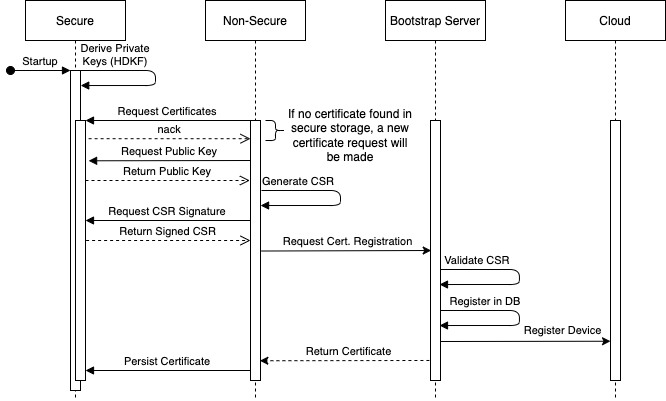
This is docs/arch-x509-reg.drawio.png from rajkan01/zephyr_secure_inference, a draw.io export, as it was before one commit. Source tidied: cells renumbered, new cells last; positions are measured from the earlier drawing's top-left corner, leaving out a move shared by most shapes. The source it was exported from:
```xml
<mxGraphModel>
  <root>
    <mxCell id="0" />
    <mxCell id="1" parent="0" />
    <mxCell id="2" value="Secure" style="shape=umlLifeline;perimeter=lifelinePerimeter;rounded=0;shadow=0;strokeWidth=1;" parent="1" vertex="1">
      <mxGeometry x="15" width="100" height="400" as="geometry" />
    </mxCell>
    <mxCell id="3" style="points=[];perimeter=orthogonalPerimeter;rounded=0;shadow=0;strokeWidth=1;" parent="2" vertex="1">
      <mxGeometry x="45" y="70" width="10" height="320" as="geometry" />
    </mxCell>
    <mxCell id="4" value="Startup" style="verticalAlign=bottom;startArrow=oval;endArrow=block;startSize=8;shadow=0;strokeWidth=1;" parent="2" edge="1" target="3">
      <mxGeometry relative="1" as="geometry">
        <mxPoint x="-15" y="70" as="sourcePoint" />
      </mxGeometry>
    </mxCell>
    <mxCell id="5" style="points=[];perimeter=orthogonalPerimeter;rounded=0;shadow=0;strokeWidth=1;" parent="2" vertex="1">
      <mxGeometry x="50" y="120" width="10" height="260" as="geometry" />
    </mxCell>
    <mxCell id="6" value="Derive Private&#10;Keys (HDKF)" style="verticalAlign=bottom;endArrow=block;shadow=0;strokeWidth=1;entryX=1.022;entryY=0.047;entryDx=0;entryDy=0;entryPerimeter=0;" parent="2" edge="1" source="3" target="3">
      <mxGeometry x="-0.57" relative="1" as="geometry">
        <Array as="points">
          <mxPoint x="130" y="70" />
          <mxPoint x="130" y="85" />
        </Array>
      </mxGeometry>
    </mxCell>
    <mxCell id="7" value="Non-Secure" style="shape=umlLifeline;perimeter=lifelinePerimeter;rounded=0;shadow=0;strokeWidth=1;" parent="1" vertex="1">
      <mxGeometry x="195" width="100" height="400" as="geometry" />
    </mxCell>
    <mxCell id="8" style="points=[];perimeter=orthogonalPerimeter;rounded=0;shadow=0;strokeWidth=1;" parent="7" vertex="1">
      <mxGeometry x="45" y="120" width="10" height="260" as="geometry" />
    </mxCell>
    <mxCell id="9" value="Return Public Key" style="verticalAlign=bottom;endArrow=open;dashed=1;endSize=8;exitX=1.06;exitY=0.25;shadow=0;strokeWidth=1;exitDx=0;exitDy=0;exitPerimeter=0;" parent="7" edge="1">
      <mxGeometry relative="1" as="geometry">
        <mxPoint x="-120" y="180" as="sourcePoint" />
        <mxPoint x="44.4" y="180" as="targetPoint" />
      </mxGeometry>
    </mxCell>
    <mxCell id="10" value="Generate CSR" style="verticalAlign=bottom;endArrow=block;shadow=0;strokeWidth=1;entryX=1.007;entryY=0.327;entryDx=0;entryDy=0;entryPerimeter=0;" parent="7" edge="1" target="8">
      <mxGeometry x="-0.57" relative="1" as="geometry">
        <mxPoint x="56" y="190" as="sourcePoint" />
        <Array as="points">
          <mxPoint x="135" y="190" />
          <mxPoint x="135" y="205" />
        </Array>
      </mxGeometry>
    </mxCell>
    <mxCell id="11" value="Request CSR Signature" style="verticalAlign=bottom;endArrow=block;entryX=1;entryY=0;shadow=0;strokeWidth=1;" parent="7" edge="1">
      <mxGeometry relative="1" as="geometry">
        <mxPoint x="45" y="220" as="sourcePoint" />
        <mxPoint x="-120" y="220" as="targetPoint" />
      </mxGeometry>
    </mxCell>
    <mxCell id="12" value="Return Signed CSR" style="verticalAlign=bottom;endArrow=open;dashed=1;endSize=8;exitX=1.06;exitY=0.25;shadow=0;strokeWidth=1;exitDx=0;exitDy=0;exitPerimeter=0;" parent="7" edge="1">
      <mxGeometry relative="1" as="geometry">
        <mxPoint x="-119.4" y="240" as="sourcePoint" />
        <mxPoint x="45" y="240" as="targetPoint" />
      </mxGeometry>
    </mxCell>
    <mxCell id="13" value="Persist Certificate" style="verticalAlign=bottom;endArrow=block;entryX=1;entryY=0;shadow=0;strokeWidth=1;" parent="7" edge="1">
      <mxGeometry relative="1" as="geometry">
        <mxPoint x="45" y="370" as="sourcePoint" />
        <mxPoint x="-120" y="370" as="targetPoint" />
      </mxGeometry>
    </mxCell>
    <mxCell id="14" style="shape=curlyBracket;whiteSpace=wrap;html=1;rounded=1;flipH=1;" parent="7" vertex="1">
      <mxGeometry x="60" y="120" width="20" height="20" as="geometry" />
    </mxCell>
    <mxCell id="15" value="Request Certificates" style="verticalAlign=bottom;endArrow=block;entryX=1;entryY=0;shadow=0;strokeWidth=1;" parent="1" edge="1" source="8" target="5">
      <mxGeometry relative="1" as="geometry" />
    </mxCell>
    <mxCell id="16" value="nack" style="verticalAlign=bottom;endArrow=open;dashed=1;endSize=8;exitX=1.311;exitY=0.07;shadow=0;strokeWidth=1;exitDx=0;exitDy=0;exitPerimeter=0;" parent="1" edge="1" source="5" target="8">
      <mxGeometry relative="1" as="geometry" />
    </mxCell>
    <mxCell id="17" value="Bootstrap Server" style="shape=umlLifeline;perimeter=lifelinePerimeter;rounded=0;shadow=0;strokeWidth=1;" parent="1" vertex="1">
      <mxGeometry x="375" width="100" height="400" as="geometry" />
    </mxCell>
    <mxCell id="18" style="points=[];perimeter=orthogonalPerimeter;rounded=0;shadow=0;strokeWidth=1;" parent="17" vertex="1">
      <mxGeometry x="45" y="120" width="10" height="260" as="geometry" />
    </mxCell>
    <mxCell id="19" value="Cloud" style="shape=umlLifeline;perimeter=lifelinePerimeter;rounded=0;shadow=0;strokeWidth=1;" parent="1" vertex="1">
      <mxGeometry x="555" width="100" height="400" as="geometry" />
    </mxCell>
    <mxCell id="20" style="points=[];perimeter=orthogonalPerimeter;rounded=0;shadow=0;strokeWidth=1;" parent="19" vertex="1">
      <mxGeometry x="45" y="120" width="10" height="260" as="geometry" />
    </mxCell>
    <mxCell id="21" value="Request Public Key" style="verticalAlign=bottom;endArrow=block;entryX=1.311;entryY=0.155;shadow=0;strokeWidth=1;entryDx=0;entryDy=0;entryPerimeter=0;" parent="1" edge="1" target="5">
      <mxGeometry relative="1" as="geometry">
        <mxPoint x="240" y="160" as="sourcePoint" />
      </mxGeometry>
    </mxCell>
    <mxCell id="22" style="endArrow=classic;html=1;rounded=0;exitX=1.071;exitY=0.502;exitDx=0;exitDy=0;exitPerimeter=0;entryX=0.071;entryY=0.5;entryDx=0;entryDy=0;entryPerimeter=0;" parent="1" edge="1" source="8" target="18">
      <mxGeometry relative="1" as="geometry" />
    </mxCell>
    <mxCell id="23" value="Request Cert. Registration" style="edgeLabel;html=1;align=center;verticalAlign=middle;" parent="22" vertex="1">
      <mxGeometry x="0.01" y="-1" relative="1" as="geometry">
        <mxPoint y="-11" as="offset" />
      </mxGeometry>
    </mxCell>
    <mxCell id="24" value="Validate CSR" style="verticalAlign=bottom;endArrow=block;shadow=0;strokeWidth=1;entryX=1.007;entryY=0.327;entryDx=0;entryDy=0;entryPerimeter=0;" parent="1" edge="1">
      <mxGeometry x="-0.57" relative="1" as="geometry">
        <mxPoint x="429.9" y="269" as="sourcePoint" />
        <mxPoint x="429" y="284" as="targetPoint" />
        <Array as="points">
          <mxPoint x="508.9" y="269" />
          <mxPoint x="508.9" y="284" />
        </Array>
      </mxGeometry>
    </mxCell>
    <mxCell id="25" value="Register in DB" style="verticalAlign=bottom;endArrow=block;shadow=0;strokeWidth=1;entryX=1.007;entryY=0.327;entryDx=0;entryDy=0;entryPerimeter=0;" parent="1" edge="1">
      <mxGeometry x="-0.48" relative="1" as="geometry">
        <mxPoint x="429.9" y="310" as="sourcePoint" />
        <mxPoint x="429" y="325" as="targetPoint" />
        <Array as="points">
          <mxPoint x="508.9" y="310" />
          <mxPoint x="508.9" y="325" />
        </Array>
      </mxGeometry>
    </mxCell>
    <mxCell id="26" style="endArrow=classic;html=1;rounded=0;exitX=1.052;exitY=0.85;exitDx=0;exitDy=0;exitPerimeter=0;entryX=0.001;entryY=0.849;entryDx=0;entryDy=0;entryPerimeter=0;" parent="1" edge="1" source="18" target="20">
      <mxGeometry relative="1" as="geometry" />
    </mxCell>
    <mxCell id="27" value="Register Device" style="edgeLabel;html=1;align=center;verticalAlign=middle;" parent="26" vertex="1">
      <mxGeometry x="0.35" y="1" relative="1" as="geometry">
        <mxPoint x="7" y="-10" as="offset" />
      </mxGeometry>
    </mxCell>
    <mxCell id="28" value="Return Certificate" style="endArrow=classic;html=1;rounded=0;exitX=-0.109;exitY=0.923;exitDx=0;exitDy=0;exitPerimeter=0;dashed=1;entryX=0.936;entryY=0.924;entryDx=0;entryDy=0;entryPerimeter=0;" parent="1" edge="1" source="18" target="8">
      <mxGeometry x="-0.04" y="-9" relative="1" as="geometry" />
    </mxCell>
    <mxCell id="29" value="If no certificate found in secure storage, a new certificate request will be made" style="text;html=1;strokeColor=none;fillColor=none;align=center;verticalAlign=middle;whiteSpace=wrap;rounded=0;" parent="1" vertex="1">
      <mxGeometry x="275" y="100" width="130" height="70" as="geometry" />
    </mxCell>
  </root>
</mxGraphModel>
```
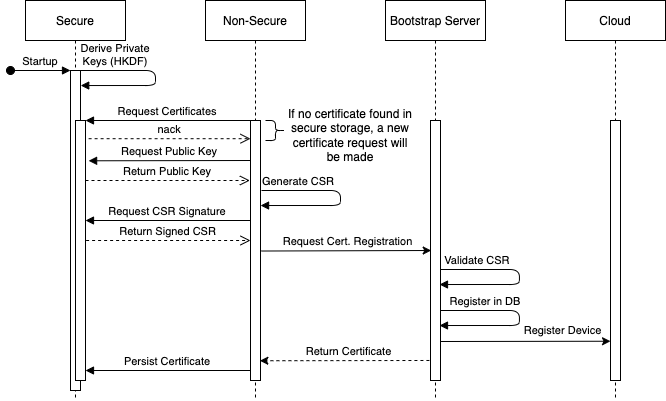
Above is the later version.

Commit message:
docs: x509 registration: Fix HKDF typo

Fixes a small typo in the HKDF algorithm description.

The edit, as a diff of the source:
```diff
@@ -16,7 +16,7 @@
     <mxCell id="5" style="points=[];perimeter=orthogonalPerimeter;rounded=0;shadow=0;strokeWidth=1;" parent="2" vertex="1">
       <mxGeometry x="50" y="120" width="10" height="260" as="geometry" />
     </mxCell>
-    <mxCell id="6" value="Derive Private&#10;Keys (HDKF)" style="verticalAlign=bottom;endArrow=block;shadow=0;strokeWidth=1;entryX=1.022;entryY=0.047;entryDx=0;entryDy=0;entryPerimeter=0;" parent="2" edge="1" source="3" target="3">
+    <mxCell id="6" value="Derive Private&#10;Keys (HKDF)" style="verticalAlign=bottom;endArrow=block;shadow=0;strokeWidth=1;entryX=1.022;entryY=0.047;entryDx=0;entryDy=0;entryPerimeter=0;" parent="2" edge="1" source="3" target="3">
       <mxGeometry x="-0.57" relative="1" as="geometry">
         <Array as="points">
           <mxPoint x="130" y="70" />
```
